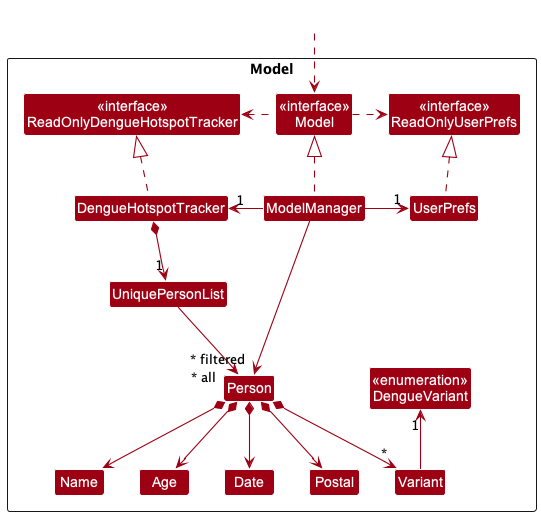
nus-cs2103-AY2223S2/tp keeps this PlantUML diagram as docs/images/ModelClassDiagram.png. Above is the earlier version.
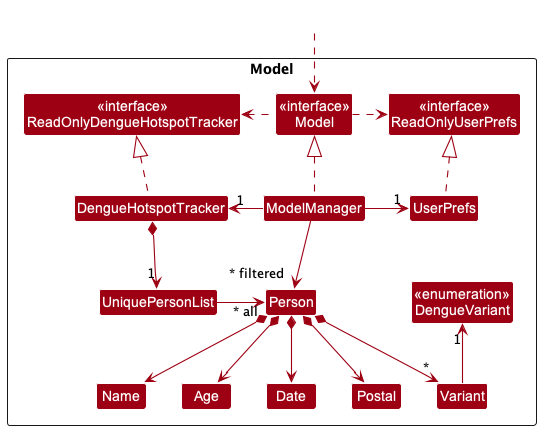
After the change.

Commit message:
Make model class diagram clearer

The edit, as a diff of the source:
```diff
@@ -37,7 +37,7 @@
 Variant -up-> "1" DengueVariant
 
 DengueHotspotTracker *--> "1" UniquePersonList
-UniquePersonList --> "~* all" Person
+UniquePersonList -> "~* all" Person
 Person *--> Name
 Person *--> Postal
 Person *--> Date
```
